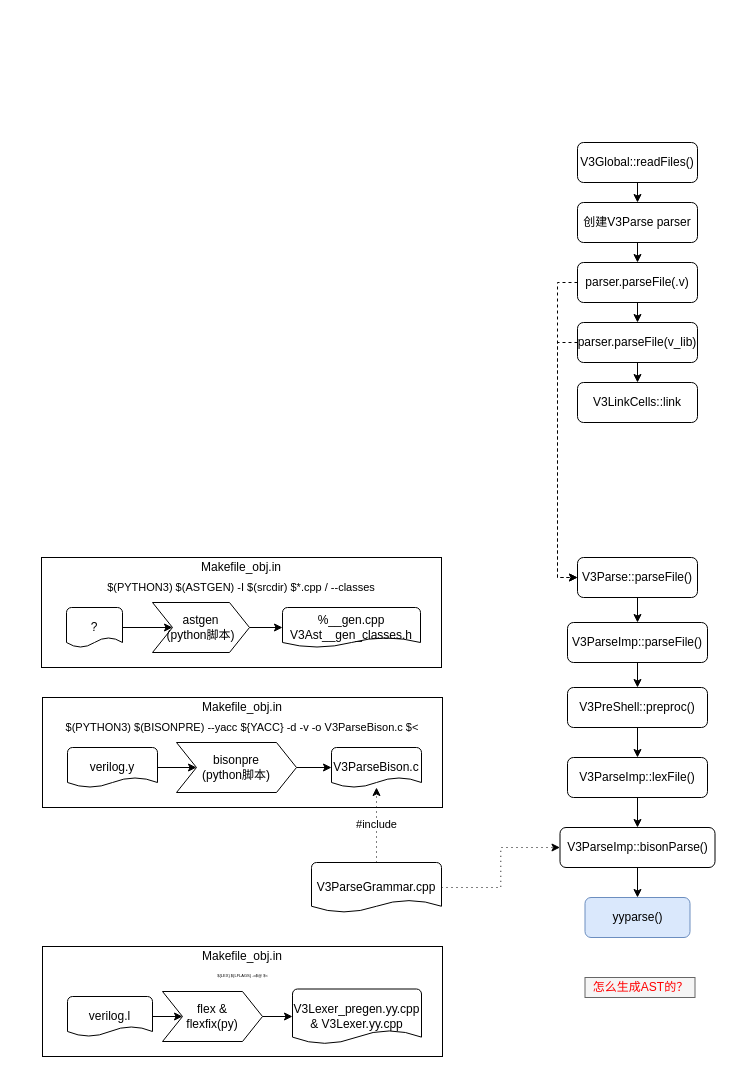
Before: verilator_digrams/V3Parse.drawio in Dercury/CLDK, a draw.io diagram. Source tidied: cells renumbered, new cells numbered last; positions are measured from the earlier drawing's top-left corner, leaving out a move shared by most shapes. Both pictures are drawn from the tidied source at 100%, with x=0, y=0 at pixel (41, 142).
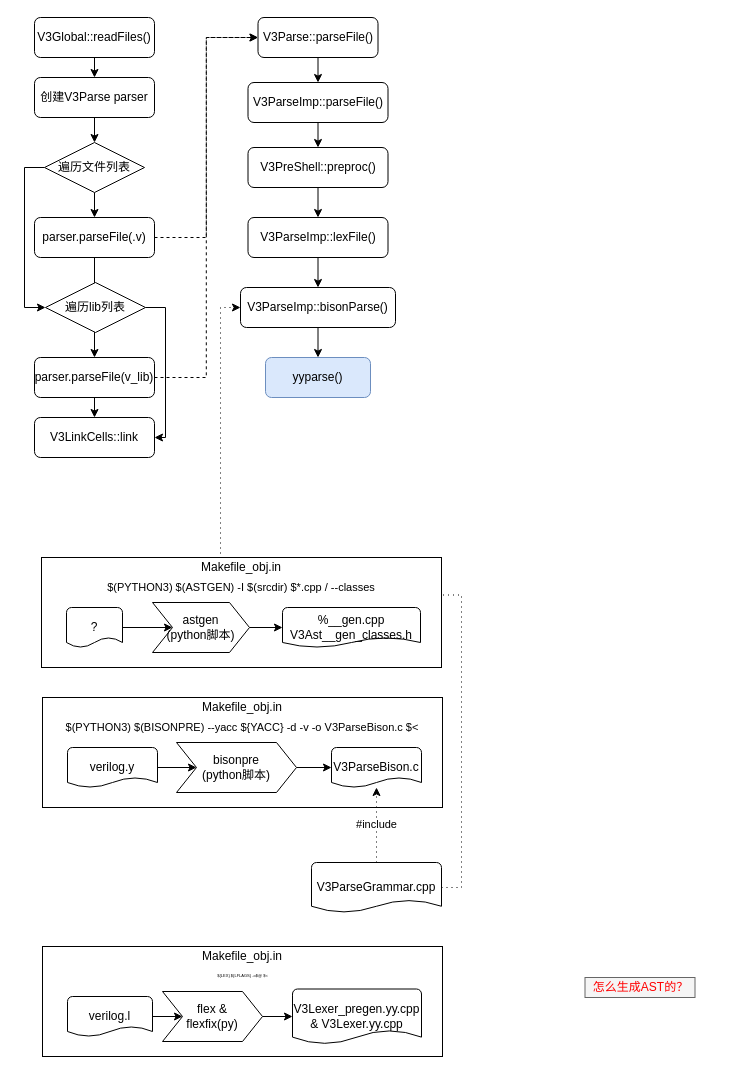
After the change.

Change to the diagram source:
```diff
@@
     <mxCell id="4" value="V3Global::readFiles()" style="rounded=1;whiteSpace=wrap;html=1;fontSize=12;glass=0;strokeWidth=1;shadow=0;" parent="1" vertex="1">
-      <mxGeometry x="536" width="120" height="40" as="geometry" />
+      <mxGeometry x="-7" y="-125" width="120" height="40" as="geometry" />
     </mxCell>
-    <mxCell id="5" style="edgeStyle=orthogonalEdgeStyle;rounded=0;jumpSize=6;jettySize=auto;html=1;exitX=0.5;exitY=1;exitDx=0;exitDy=0;entryX=0.5;entryY=0;entryDx=0;entryDy=0;strokeWidth=1;" parent="1" edge="1" source="6" target="8">
+    <mxCell id="5" style="edgeStyle=orthogonalEdgeStyle;rounded=0;jumpSize=6;jettySize=auto;html=1;exitX=0.5;exitY=1;exitDx=0;exitDy=0;entryX=0.5;entryY=0;entryDx=0;entryDy=0;strokeWidth=1;exitPerimeter=0;" parent="1" edge="1" source="55" target="8">
       <mxGeometry relative="1" as="geometry" />
     </mxCell>
+    <mxCell id="52" style="edgeStyle=orthogonalEdgeStyle;rounded=0;jettySize=auto;html=1;entryX=0.5;entryY=0;entryDx=0;entryDy=0;entryPerimeter=0;" parent="1" edge="1" source="6" target="55">
+      <mxGeometry relative="1" as="geometry" />
+    </mxCell>
     <mxCell id="6" value="创建V3Parse parser" style="rounded=1;whiteSpace=wrap;html=1;fontSize=12;glass=0;strokeWidth=1;shadow=0;" parent="1" vertex="1">
-      <mxGeometry x="536" y="60" width="120" height="40" as="geometry" />
+      <mxGeometry x="-7" y="-65" width="120" height="40" as="geometry" />
     </mxCell>
@@
     <mxCell id="8" value="parser.parseFile(.v)" style="rounded=1;whiteSpace=wrap;html=1;fontSize=12;glass=0;strokeWidth=1;shadow=0;" parent="1" vertex="1">
-      <mxGeometry x="536" y="120" width="120" height="40" as="geometry" />
+      <mxGeometry x="-7" y="75" width="120" height="40" as="geometry" />
     </mxCell>
@@
     <mxCell id="10" value="parser.parseFile(v_lib)" style="rounded=1;whiteSpace=wrap;html=1;fontSize=12;glass=0;strokeWidth=1;shadow=0;" parent="1" vertex="1">
-      <mxGeometry x="536" y="180" width="120" height="40" as="geometry" />
+      <mxGeometry x="-7" y="215" width="120" height="40" as="geometry" />
     </mxCell>
     <mxCell id="11" value="V3LinkCells::link" style="rounded=1;whiteSpace=wrap;html=1;fontSize=12;glass=0;strokeWidth=1;shadow=0;" parent="1" vertex="1">
-      <mxGeometry x="536" y="240" width="120" height="40" as="geometry" />
+      <mxGeometry x="-7" y="275" width="120" height="40" as="geometry" />
     </mxCell>
@@
     <mxCell id="13" value="V3Parse::parseFile()" style="rounded=1;whiteSpace=wrap;html=1;fontSize=12;glass=0;strokeWidth=1;shadow=0;" parent="1" vertex="1">
-      <mxGeometry x="536" y="415" width="120" height="40" as="geometry" />
+      <mxGeometry x="216.5" y="-125" width="120" height="40" as="geometry" />
     </mxCell>
@@
     <mxCell id="15" value="V3ParseImp::parseFile()" style="rounded=1;whiteSpace=wrap;html=1;fontSize=12;glass=0;strokeWidth=1;shadow=0;" parent="1" vertex="1">
-      <mxGeometry x="526" y="480" width="140" height="40" as="geometry" />
+      <mxGeometry x="206.5" y="-60" width="140" height="40" as="geometry" />
     </mxCell>
-    <mxCell id="16" style="edgeStyle=orthogonalEdgeStyle;rounded=0;jettySize=auto;html=1;exitX=0;exitY=0.5;exitDx=0;exitDy=0;entryX=0;entryY=0.5;entryDx=0;entryDy=0;dashed=1;strokeWidth=1;jumpSize=6;" parent="1" edge="1" source="8" target="13">
+    <mxCell id="16" style="edgeStyle=orthogonalEdgeStyle;rounded=0;jettySize=auto;html=1;exitX=1;exitY=0.5;exitDx=0;exitDy=0;entryX=0;entryY=0.5;entryDx=0;entryDy=0;dashed=1;strokeWidth=1;jumpSize=6;" parent="1" edge="1" source="8" target="13">
       <mxGeometry relative="1" as="geometry" />
     </mxCell>
-    <mxCell id="17" style="edgeStyle=orthogonalEdgeStyle;rounded=0;jettySize=auto;html=1;exitX=0;exitY=0.5;exitDx=0;exitDy=0;entryX=0;entryY=0.5;entryDx=0;entryDy=0;dashed=1;strokeWidth=1;jumpSize=6;" parent="1" edge="1" source="10" target="13">
+    <mxCell id="17" style="edgeStyle=orthogonalEdgeStyle;rounded=0;jettySize=auto;html=1;exitX=1;exitY=0.5;exitDx=0;exitDy=0;entryX=0;entryY=0.5;entryDx=0;entryDy=0;dashed=1;strokeWidth=1;jumpSize=6;" parent="1" edge="1" source="10" target="13">
       <mxGeometry relative="1" as="geometry" />
     </mxCell>
@@
     <mxCell id="19" value="V3PreShell::preproc()" style="rounded=1;whiteSpace=wrap;html=1;fontSize=12;glass=0;strokeWidth=1;shadow=0;" parent="1" vertex="1">
-      <mxGeometry x="526" y="545" width="140" height="40" as="geometry" />
+      <mxGeometry x="206.5" y="5" width="140" height="40" as="geometry" />
     </mxCell>
@@
     <mxCell id="21" value="V3ParseImp::lexFile()" style="rounded=1;whiteSpace=wrap;html=1;fontSize=12;glass=0;strokeWidth=1;shadow=0;" parent="1" vertex="1">
-      <mxGeometry x="526" y="615" width="140" height="40" as="geometry" />
+      <mxGeometry x="206.5" y="75" width="140" height="40" as="geometry" />
     </mxCell>
@@
     <mxCell id="23" value="V3ParseImp::bisonParse()" style="rounded=1;whiteSpace=wrap;html=1;fontSize=12;glass=0;strokeWidth=1;shadow=0;" parent="1" vertex="1">
-      <mxGeometry x="518.5" y="685" width="155" height="40" as="geometry" />
+      <mxGeometry x="199" y="145" width="155" height="40" as="geometry" />
     </mxCell>
     <mxCell id="24" value="yyparse()" style="rounded=1;whiteSpace=wrap;html=1;fontSize=12;glass=0;strokeWidth=1;shadow=0;fillColor=#dae8fc;strokeColor=#6c8ebf;" parent="1" vertex="1">
-      <mxGeometry x="543.5" y="755" width="105" height="40" as="geometry" />
+      <mxGeometry x="224" y="215" width="105" height="40" as="geometry" />
     </mxCell>
@@
+    <mxCell id="53" style="edgeStyle=orthogonalEdgeStyle;rounded=0;jettySize=auto;html=1;exitX=1;exitY=0.5;exitDx=0;exitDy=0;exitPerimeter=0;entryX=1;entryY=0.5;entryDx=0;entryDy=0;startArrow=none;" parent="1" edge="1" source="56" target="11">
+      <mxGeometry relative="1" as="geometry" />
+    </mxCell>
+    <mxCell id="54" style="edgeStyle=orthogonalEdgeStyle;rounded=0;jettySize=auto;html=1;entryX=0;entryY=0.5;entryDx=0;entryDy=0;entryPerimeter=0;exitX=0;exitY=0.5;exitDx=0;exitDy=0;exitPerimeter=0;" parent="1" edge="1" source="55" target="56">
+      <mxGeometry relative="1" as="geometry" />
+    </mxCell>
+    <mxCell id="55" value="遍历文件列表" style="strokeWidth=1;html=1;shape=mxgraph.flowchart.decision;whiteSpace=wrap;" parent="1" vertex="1">
+      <mxGeometry x="3" width="100" height="50" as="geometry" />
+    </mxCell>
+    <mxCell id="56" value="遍历lib列表" style="strokeWidth=1;html=1;shape=mxgraph.flowchart.decision;whiteSpace=wrap;" parent="1" vertex="1">
+      <mxGeometry x="4" y="140" width="100" height="50" as="geometry" />
+    </mxCell>
```
